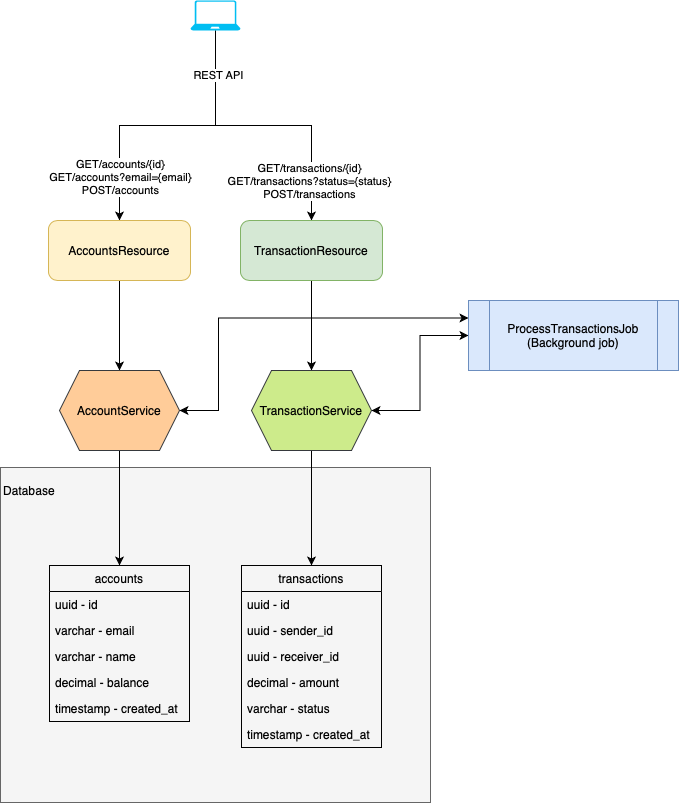
Above: img/arch.png in ishpuniani/CirclePaymentService (draw.io), before the change. Source tidied: cells renumbered, new cells last; positions are measured from the earlier drawing's top-left corner, leaving out a move shared by most shapes.
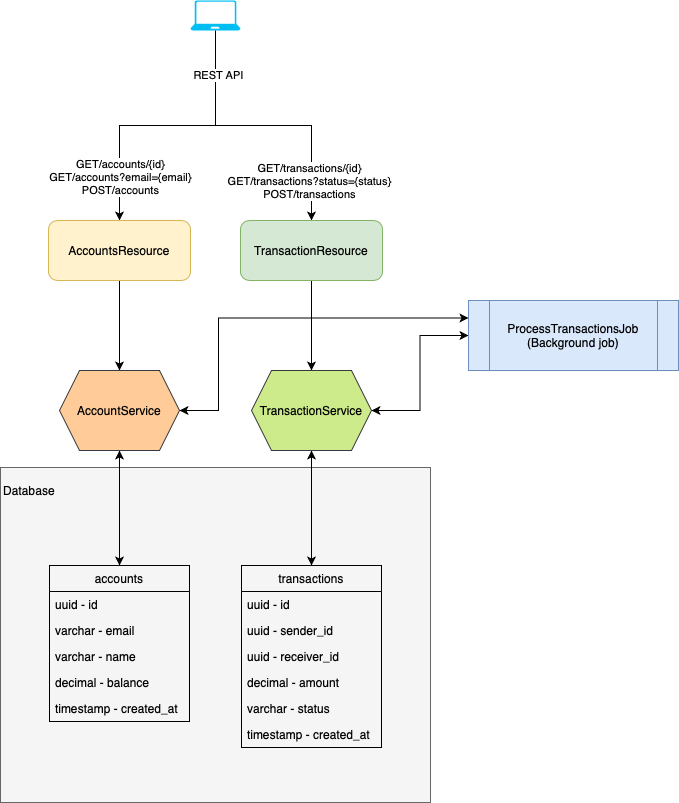
The same file after the commit.

The edit, as a diff of the source:
```diff
@@ -53,13 +53,13 @@
     <mxCell id="15" value="ProcessTransactionsJob&lt;br&gt;(Background job)" style="shape=process;whiteSpace=wrap;html=1;backgroundOutline=1;fillColor=#dae8fc;strokeColor=#6c8ebf;" parent="1" vertex="1">
       <mxGeometry x="468" y="300" width="210" height="70" as="geometry" />
     </mxCell>
-    <mxCell id="16" style="edgeStyle=orthogonalEdgeStyle;rounded=0;jettySize=auto;html=1;exitX=0.5;exitY=1;exitDx=0;exitDy=0;startArrow=none;startFill=0;" parent="1" edge="1" source="17" target="21">
+    <mxCell id="16" style="edgeStyle=orthogonalEdgeStyle;rounded=0;jettySize=auto;html=1;exitX=0.5;exitY=1;exitDx=0;exitDy=0;startArrow=classic;startFill=1;" parent="1" edge="1" source="17" target="21">
       <mxGeometry relative="1" as="geometry" />
     </mxCell>
     <mxCell id="17" value="AccountService" style="shape=hexagon;perimeter=hexagonPerimeter2;whiteSpace=wrap;html=1;fixedSize=1;fillColor=#ffcc99;strokeColor=#36393d;" parent="1" vertex="1">
       <mxGeometry x="59" y="370" width="120" height="80" as="geometry" />
     </mxCell>
-    <mxCell id="18" style="edgeStyle=orthogonalEdgeStyle;rounded=0;jettySize=auto;html=1;exitX=0.5;exitY=1;exitDx=0;exitDy=0;entryX=0.5;entryY=0;entryDx=0;entryDy=0;startArrow=none;startFill=0;" parent="1" edge="1" source="19" target="27">
+    <mxCell id="18" style="edgeStyle=orthogonalEdgeStyle;rounded=0;jettySize=auto;html=1;exitX=0.5;exitY=1;exitDx=0;exitDy=0;entryX=0.5;entryY=0;entryDx=0;entryDy=0;startArrow=classic;startFill=1;" parent="1" edge="1" source="19" target="27">
       <mxGeometry relative="1" as="geometry" />
     </mxCell>
     <mxCell id="19" value="TransactionService" style="shape=hexagon;perimeter=hexagonPerimeter2;whiteSpace=wrap;html=1;fixedSize=1;fillColor=#cdeb8b;strokeColor=#36393d;" parent="1" vertex="1">
```
